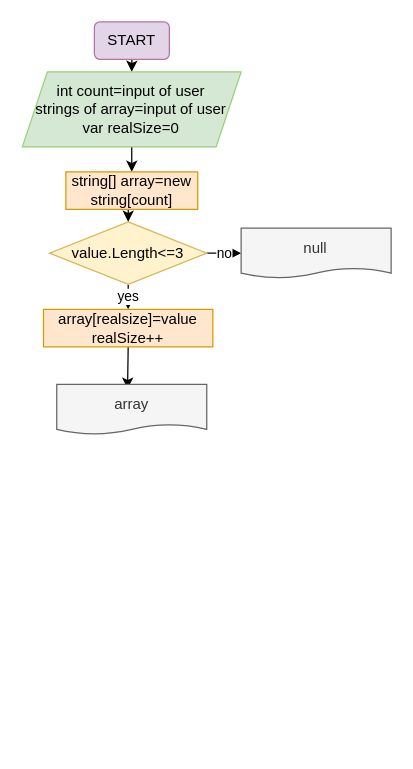
This is BlockDiagram.drawio from ElenaPhoenix/FinalTask.BlockFirst, a draw.io file, before an edit. Source tidied: cells renumbered, new cells numbered last; positions are measured from the earlier drawing's top-left corner, leaving out a move shared by most shapes. Both pictures are drawn from the tidied source at 125%, with x=0, y=0 at pixel (21, 21).
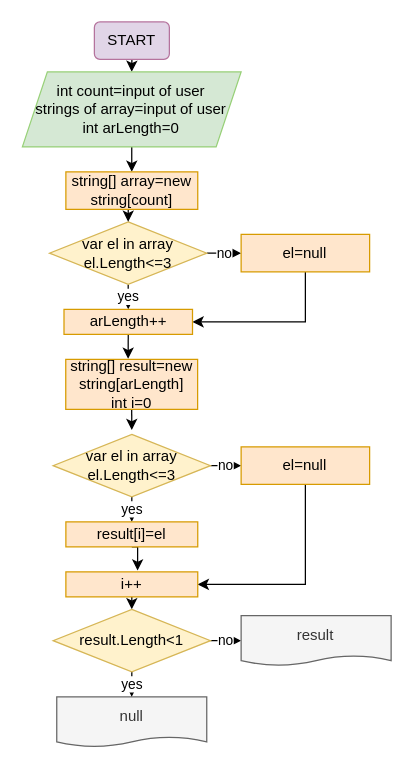
The same page after the edit.

Commit message (it also covers changes not shown here):
modificated BlockDiagram.drawio, that's why changed README.md and in Program.cs modificated string[] ThreeSymbolsArray(string[] array),corrected Console.Write() for all outputs

What changed in the source:
```diff
@@
-    <mxCell id="6" value="int count=input of user&lt;br&gt;strings of array=input of user&lt;br&gt;var realSize=0" style="shape=parallelogram;perimeter=parallelogramPerimeter;whiteSpace=wrap;html=1;fixedSize=1;strokeColor=#97D077;fillColor=#d5e8d4;" parent="1" vertex="1">
+    <mxCell id="6" value="int count=input of user&lt;br&gt;strings of array=input of user&lt;br&gt;int arLength=0" style="shape=parallelogram;perimeter=parallelogramPerimeter;whiteSpace=wrap;html=1;fixedSize=1;strokeColor=#97D077;fillColor=#d5e8d4;" parent="1" vertex="1">
       <mxGeometry x="0.4" y="40" width="175" height="60" as="geometry" />
     </mxCell>
-    <mxCell id="7" value="no" style="edgeStyle=orthogonalEdgeStyle;rounded=0;jettySize=auto;html=1;exitX=1;exitY=0.5;exitDx=0;exitDy=0;entryX=0;entryY=0.5;entryDx=0;entryDy=0;" parent="1" edge="1" source="9" target="14">
-      <mxGeometry relative="1" as="geometry" />
+    <mxCell id="7" value="no" style="edgeStyle=orthogonalEdgeStyle;rounded=0;jettySize=auto;html=1;exitX=1;exitY=0.5;exitDx=0;exitDy=0;entryX=0;entryY=0.5;entryDx=0;entryDy=0;" parent="1" edge="1" source="9">
+      <mxGeometry relative="1" as="geometry">
+        <mxPoint x="175.4" y="185" as="targetPoint" />
+      </mxGeometry>
     </mxCell>
-    <mxCell id="8" value="yes" style="edgeStyle=orthogonalEdgeStyle;rounded=0;jettySize=auto;html=1;exitX=0.5;exitY=1;exitDx=0;exitDy=0;entryX=0.5;entryY=0;entryDx=0;entryDy=0;" parent="1" edge="1" source="9" target="13">
-      <mxGeometry relative="1" as="geometry" />
-    </mxCell>
+    <mxCell id="16" value="yes" style="edgeStyle=orthogonalEdgeStyle;rounded=0;jettySize=auto;html=1;exitX=0.5;exitY=1;exitDx=0;exitDy=0;entryX=0.5;entryY=0;entryDx=0;entryDy=0;" parent="1" edge="1" source="9" target="19">
+      <mxGeometry relative="1" as="geometry" />
+    </mxCell>
-    <mxCell id="9" value="value.Length&amp;lt;=3" style="rhombus;whiteSpace=wrap;html=1;strokeColor=#d6b656;fillColor=#fff2cc;" parent="1" vertex="1">
+    <mxCell id="9" value="var el in array&lt;br&gt;el.Length&amp;lt;=3" style="rhombus;whiteSpace=wrap;html=1;strokeColor=#d6b656;fillColor=#fff2cc;" parent="1" vertex="1">
       <mxGeometry x="22.1" y="160" width="125.9" height="50" as="geometry" />
     </mxCell>
@@
-    <mxCell id="12" style="edgeStyle=orthogonalEdgeStyle;rounded=0;jettySize=auto;html=1;exitX=0.5;exitY=1;exitDx=0;exitDy=0;entryX=0.472;entryY=0.088;entryDx=0;entryDy=0;entryPerimeter=0;" parent="1" edge="1" source="13" target="15">
-      <mxGeometry relative="1" as="geometry" />
-    </mxCell>
+    <mxCell id="17" style="edgeStyle=orthogonalEdgeStyle;rounded=0;jettySize=auto;html=1;exitX=0.5;exitY=1;exitDx=0;exitDy=0;entryX=1;entryY=0.5;entryDx=0;entryDy=0;" parent="1" edge="1" source="13" target="19">
+      <mxGeometry relative="1" as="geometry" />
+    </mxCell>
-    <mxCell id="13" value="array[realsize]=value&lt;br&gt;realSize++" style="rounded=0;whiteSpace=wrap;html=1;strokeColor=#d79b00;fillColor=#ffe6cc;" parent="1" vertex="1">
-      <mxGeometry x="17.3" y="230" width="135.5" height="30" as="geometry" />
+    <mxCell id="13" value="el=null" style="rounded=0;whiteSpace=wrap;html=1;strokeColor=#d79b00;fillColor=#ffe6cc;" parent="1" vertex="1">
+      <mxGeometry x="175.4" y="170" width="102.8" height="30" as="geometry" />
     </mxCell>
-    <mxCell id="14" value="null" style="shape=document;whiteSpace=wrap;html=1;boundedLbl=1;strokeColor=#666666;fillColor=#f5f5f5;fontColor=#333333;size=0.19863013698630136;" parent="1" vertex="1">
-      <mxGeometry x="175.4" y="165" width="120" height="40" as="geometry" />
-    </mxCell>
-    <mxCell id="15" value="array" style="shape=document;whiteSpace=wrap;html=1;boundedLbl=1;strokeColor=#666666;fillColor=#f5f5f5;fontColor=#333333;size=0.19863013698630136;" parent="1" vertex="1">
-      <mxGeometry x="27.9" y="290" width="120" height="40" as="geometry" />
+    <mxCell id="15" value="null" style="shape=document;whiteSpace=wrap;html=1;boundedLbl=1;strokeColor=#666666;fillColor=#f5f5f5;fontColor=#333333;size=0.19863013698630136;" parent="1" vertex="1">
+      <mxGeometry x="27.9" y="540" width="120" height="40" as="geometry" />
     </mxCell>
+    <mxCell id="18" style="edgeStyle=orthogonalEdgeStyle;rounded=0;jettySize=auto;html=1;exitX=0.5;exitY=1;exitDx=0;exitDy=0;entryX=0.473;entryY=-0.012;entryDx=0;entryDy=0;entryPerimeter=0;" parent="1" edge="1" source="19" target="21">
+      <mxGeometry relative="1" as="geometry" />
+    </mxCell>
+    <mxCell id="19" value="arLength++" style="rounded=0;whiteSpace=wrap;html=1;strokeColor=#d79b00;fillColor=#ffe6cc;" parent="1" vertex="1">
+      <mxGeometry x="33.7" y="230" width="102.8" height="20" as="geometry" />
+    </mxCell>
+    <mxCell id="20" style="edgeStyle=orthogonalEdgeStyle;rounded=0;jettySize=auto;html=1;exitX=0.5;exitY=1;exitDx=0;exitDy=0;entryX=0.5;entryY=-0.07;entryDx=0;entryDy=0;entryPerimeter=0;" parent="1" edge="1" source="21" target="24">
+      <mxGeometry relative="1" as="geometry" />
+    </mxCell>
+    <mxCell id="21" value="string[] result=new string[arLength]&lt;br&gt;int i=0" style="rounded=0;whiteSpace=wrap;html=1;strokeColor=#d79b00;fillColor=#ffe6cc;" parent="1" vertex="1">
+      <mxGeometry x="35.1" y="270" width="105.5" height="40" as="geometry" />
+    </mxCell>
+    <mxCell id="22" value="yes" style="edgeStyle=orthogonalEdgeStyle;rounded=0;jettySize=auto;html=1;exitX=0.5;exitY=1;exitDx=0;exitDy=0;entryX=0.5;entryY=0;entryDx=0;entryDy=0;" parent="1" edge="1" source="24" target="26">
+      <mxGeometry relative="1" as="geometry" />
+    </mxCell>
+    <mxCell id="23" value="no" style="edgeStyle=orthogonalEdgeStyle;rounded=0;jettySize=auto;html=1;exitX=1;exitY=0.5;exitDx=0;exitDy=0;entryX=0;entryY=0.5;entryDx=0;entryDy=0;" parent="1" edge="1" source="24" target="28">
+      <mxGeometry relative="1" as="geometry" />
+    </mxCell>
+    <mxCell id="24" value="var el in array&lt;br&gt;el.Length&amp;lt;=3" style="rhombus;whiteSpace=wrap;html=1;strokeColor=#d6b656;fillColor=#fff2cc;" parent="1" vertex="1">
+      <mxGeometry x="25" y="330" width="125.9" height="50" as="geometry" />
+    </mxCell>
+    <mxCell id="25" style="edgeStyle=orthogonalEdgeStyle;rounded=0;jettySize=auto;html=1;exitX=0.5;exitY=1;exitDx=0;exitDy=0;entryX=0.544;entryY=-0.05;entryDx=0;entryDy=0;entryPerimeter=0;" parent="1" edge="1" source="26" target="30">
+      <mxGeometry relative="1" as="geometry" />
+    </mxCell>
+    <mxCell id="26" value="result[i]=el" style="rounded=0;whiteSpace=wrap;html=1;strokeColor=#d79b00;fillColor=#ffe6cc;" parent="1" vertex="1">
+      <mxGeometry x="35.2" y="400" width="105.5" height="20" as="geometry" />
+    </mxCell>
+    <mxCell id="27" style="edgeStyle=orthogonalEdgeStyle;rounded=0;jettySize=auto;html=1;exitX=0.5;exitY=1;exitDx=0;exitDy=0;entryX=1;entryY=0.5;entryDx=0;entryDy=0;" parent="1" edge="1" source="28" target="30">
+      <mxGeometry relative="1" as="geometry" />
+    </mxCell>
+    <mxCell id="28" value="el=null" style="rounded=0;whiteSpace=wrap;html=1;strokeColor=#d79b00;fillColor=#ffe6cc;" parent="1" vertex="1">
+      <mxGeometry x="175.4" y="340" width="102.8" height="30" as="geometry" />
+    </mxCell>
+    <mxCell id="29" style="edgeStyle=orthogonalEdgeStyle;rounded=0;jettySize=auto;html=1;exitX=0.5;exitY=1;exitDx=0;exitDy=0;entryX=0.5;entryY=0;entryDx=0;entryDy=0;" parent="1" edge="1" source="30" target="33">
+      <mxGeometry relative="1" as="geometry" />
+    </mxCell>
+    <mxCell id="30" value="i++" style="rounded=0;whiteSpace=wrap;html=1;strokeColor=#d79b00;fillColor=#ffe6cc;" parent="1" vertex="1">
+      <mxGeometry x="35.2" y="440" width="105.5" height="20" as="geometry" />
+    </mxCell>
+    <mxCell id="31" value="yes" style="edgeStyle=orthogonalEdgeStyle;rounded=0;jettySize=auto;html=1;exitX=0.5;exitY=1;exitDx=0;exitDy=0;entryX=0.5;entryY=0;entryDx=0;entryDy=0;" parent="1" edge="1" source="33" target="15">
+      <mxGeometry relative="1" as="geometry" />
+    </mxCell>
+    <mxCell id="32" value="no" style="edgeStyle=orthogonalEdgeStyle;rounded=0;jettySize=auto;html=1;exitX=1;exitY=0.5;exitDx=0;exitDy=0;entryX=0;entryY=0.5;entryDx=0;entryDy=0;" parent="1" edge="1" source="33" target="34">
+      <mxGeometry relative="1" as="geometry" />
+    </mxCell>
+    <mxCell id="33" value="result.Length&amp;lt;1" style="rhombus;whiteSpace=wrap;html=1;strokeColor=#d6b656;fillColor=#fff2cc;" parent="1" vertex="1">
+      <mxGeometry x="25" y="470" width="125.9" height="50" as="geometry" />
+    </mxCell>
+    <mxCell id="34" value="result" style="shape=document;whiteSpace=wrap;html=1;boundedLbl=1;strokeColor=#666666;fillColor=#f5f5f5;fontColor=#333333;size=0.19863013698630136;" parent="1" vertex="1">
+      <mxGeometry x="175.4" y="475" width="120" height="40" as="geometry" />
+    </mxCell>
```
